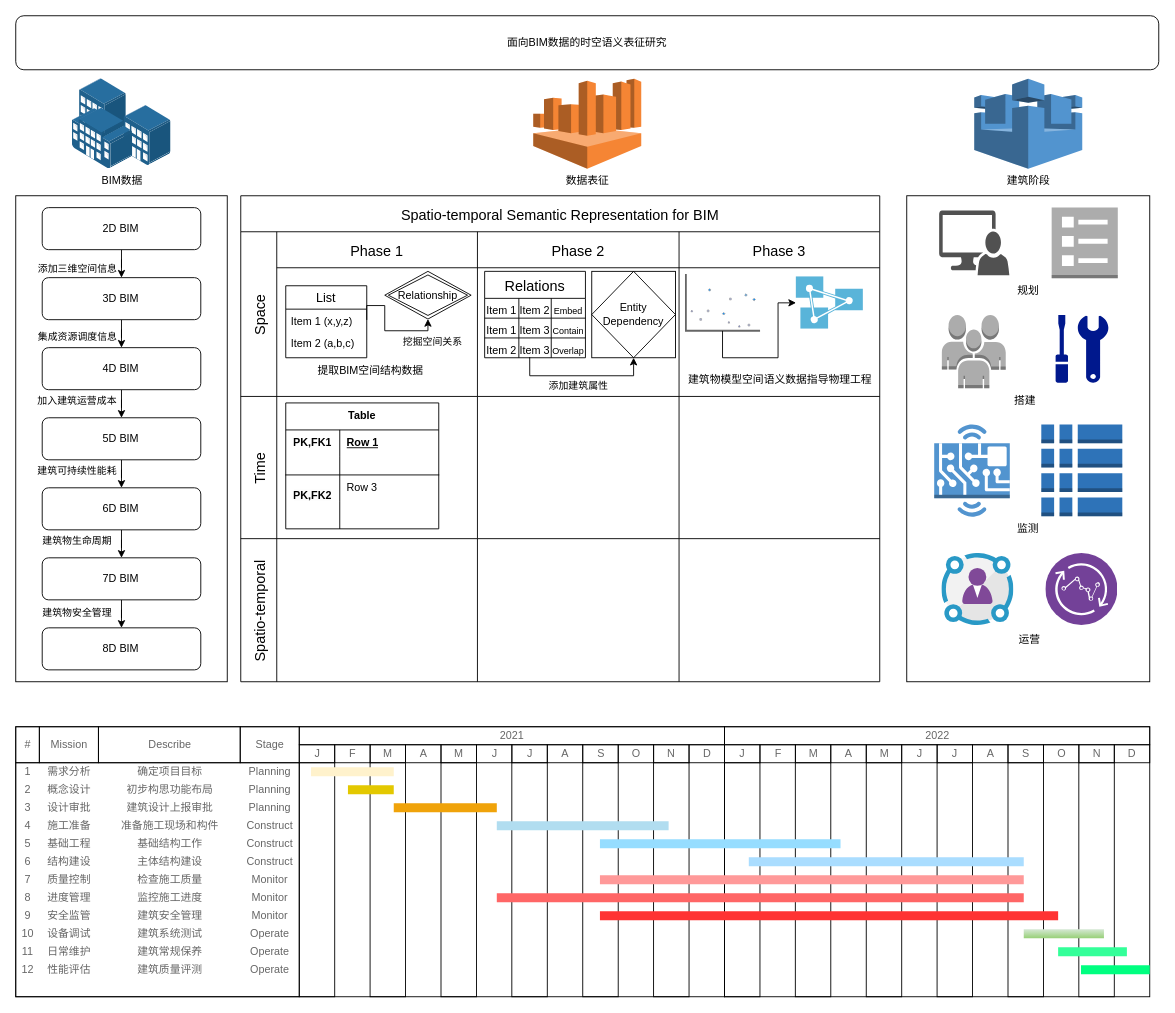
Student-WangZhengTao/LLM keeps this draw.io diagram as 未命名绘图.drawio. Above is the earlier version. Source tidied: cells renumbered, new cells numbered last; positions are measured from the earlier drawing's top-left corner, leaving out a move shared by most shapes. Both pictures are drawn from the tidied source at 90%, with x=0, y=0 at pixel (15, 15).
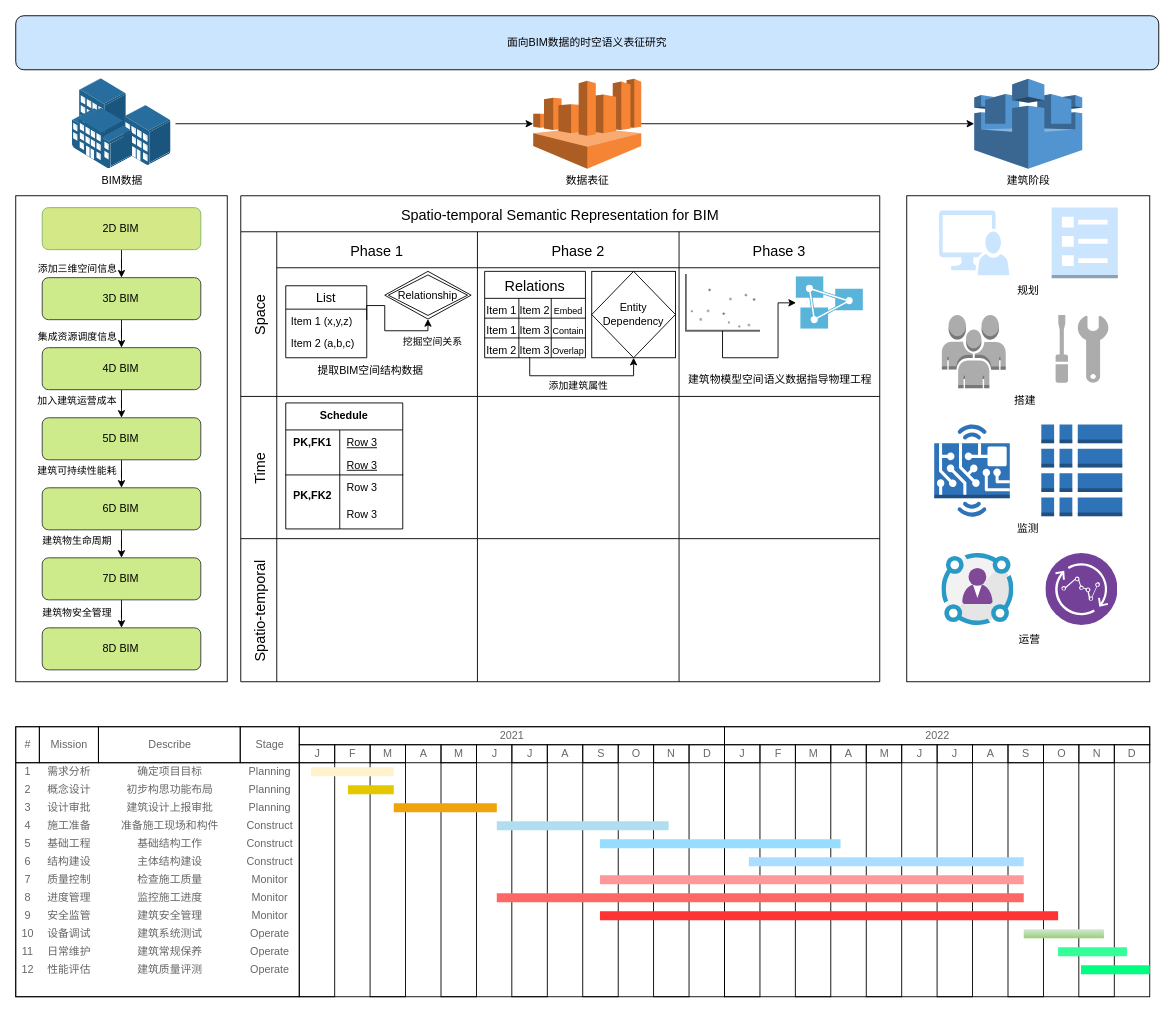
The same page after the edit.

Commit message (it also covers changes not shown here):
更新未命名绘图.drawio

The change refers to these unchanged cells:
```xml
<mxCell id="3" value="BIM数据" style="image;points=[];html=1;align=center;shadow=0;dashed=0;image=img/lib/allied_telesis/buildings/Building_Cluster.svg;" parent="1" vertex="1">
  <mxGeometry x="57.5" y="70" width="120" height="100" as="geometry" />
</mxCell>
<mxCell id="4" value="数据表征" style="outlineConnect=0;dashed=0;verticalLabelPosition=bottom;verticalAlign=top;align=center;html=1;shape=mxgraph.aws3.athena;fillColor=#F58534;gradientColor=none;" parent="1" vertex="1">
  <mxGeometry x="575" y="70" width="120" height="100" as="geometry" />
</mxCell>
<mxCell id="5" value="建筑阶段" style="outlineConnect=0;dashed=0;verticalLabelPosition=bottom;verticalAlign=top;align=center;html=1;shape=mxgraph.aws3.aws_iot;fillColor=#5294CF;gradientColor=none;" parent="1" vertex="1">
  <mxGeometry x="1065" y="70" width="120" height="100" as="geometry" />
</mxCell>
<mxCell id="39" style="swimlane;swimlaneHead=0;swimlaneBody=0;fontStyle=0;strokeColor=inherit;fillColor=none;startSize=0;fontSize=16;" parent="38" vertex="1">
  <mxGeometry x="40" width="223" height="158" as="geometry" />
</mxCell>
<mxCell id="165" style="group;" parent="1" vertex="1">
  <mxGeometry y="200" width="235" height="540" as="geometry" />
</mxCell>
<mxCell id="188" value="规划" style="group;labelPosition=center;verticalLabelPosition=bottom;align=center;verticalAlign=top;" parent="186" vertex="1">
  <mxGeometry x="36" y="13" width="198.5" height="78.7" as="geometry" />
</mxCell>
<mxCell id="191" value="搭建" style="group;labelPosition=center;verticalLabelPosition=bottom;align=center;verticalAlign=top;" parent="186" vertex="1">
  <mxGeometry x="39" y="132.5" width="185.1" height="81.5" as="geometry" />
</mxCell>
<mxCell id="194" value="监测" style="group;labelPosition=center;verticalLabelPosition=bottom;align=center;verticalAlign=top;" parent="186" vertex="1">
  <mxGeometry x="30.5" y="254.2" width="209" height="102.4" as="geometry" />
</mxCell>
```

What changed in the source:
```diff
@@
-    <mxCell id="2" value="面向BIM数据的时空语义表征研究" style="rounded=1;whiteSpace=wrap;html=1;" parent="1" vertex="1">
+    <mxCell id="2" value="面向BIM数据的时空语义表征研究" style="rounded=1;whiteSpace=wrap;html=1;fillColor=#CCE5FF;strokeColor=#000000;" parent="1" vertex="1">
       <mxGeometry width="1270" height="60" as="geometry" />
     </mxCell>
+    <mxCell id="200" style="edgeStyle=orthogonalEdgeStyle;rounded=0;jettySize=auto;html=1;" parent="1" edge="1" source="3" target="4">
+      <mxGeometry relative="1" as="geometry" />
+    </mxCell>
@@
-    <mxCell id="40" value="Table" style="shape=table;startSize=30;childLayout=tableLayout;rowLines=0;fontStyle=1;align=center;html=1;whiteSpace=wrap;" parent="39" vertex="1">
-      <mxGeometry x="10" y="7.2" width="170" height="139.9" as="geometry" />
+    <mxCell id="40" value="Schedule" style="shape=table;startSize=30;childLayout=tableLayout;rowLines=0;fontStyle=1;align=center;html=1;whiteSpace=wrap;" parent="39" vertex="1">
+      <mxGeometry x="10" y="7.2" width="130" height="140" as="geometry" />
     </mxCell>
     <mxCell id="41" style="shape=tableRow;horizontal=0;startSize=0;swimlaneHead=0;swimlaneBody=0;fillColor=none;top=0;left=0;right=0;bottom=0;html=1;" parent="40" vertex="1">
-      <mxGeometry y="30" width="170" height="30" as="geometry" />
+      <mxGeometry y="30" width="130" height="30" as="geometry" />
     </mxCell>
@@
-    <mxCell id="43" value="Row 1" style="shape=partialRectangle;fillColor=none;top=0;left=0;bottom=0;right=0;align=left;spacingLeft=6;fontStyle=5;overflow=hidden;html=1;whiteSpace=wrap;" parent="41" vertex="1">
-      <mxGeometry x="60" width="110" height="30" as="geometry" />
+    <mxCell id="43" value="&lt;span style=&quot;font-weight: 400;&quot;&gt;Row 3&lt;/span&gt;" style="shape=partialRectangle;fillColor=none;top=0;left=0;bottom=0;right=0;align=left;spacingLeft=6;fontStyle=5;overflow=hidden;html=1;whiteSpace=wrap;" parent="41" vertex="1">
+      <mxGeometry x="60" width="70" height="30" as="geometry" />
     </mxCell>
     <mxCell id="44" style="shape=tableRow;horizontal=0;startSize=0;swimlaneHead=0;swimlaneBody=0;fillColor=none;top=0;left=0;right=0;bottom=1;html=1;" parent="40" vertex="1">
-      <mxGeometry y="60" width="170" height="20" as="geometry" />
+      <mxGeometry y="60" width="130" height="20" as="geometry" />
     </mxCell>
@@
-    <mxCell id="46" style="shape=partialRectangle;fillColor=none;top=0;left=0;bottom=0;right=0;align=left;spacingLeft=6;fontStyle=5;overflow=hidden;html=1;whiteSpace=wrap;" parent="44" vertex="1">
-      <mxGeometry x="60" width="110" height="20" as="geometry" />
+    <mxCell id="46" value="&lt;span style=&quot;font-weight: 400;&quot;&gt;Row 3&lt;/span&gt;" style="shape=partialRectangle;fillColor=none;top=0;left=0;bottom=0;right=0;align=left;spacingLeft=6;fontStyle=5;overflow=hidden;html=1;whiteSpace=wrap;" parent="44" vertex="1">
+      <mxGeometry x="60" width="70" height="20" as="geometry" />
     </mxCell>
     <mxCell id="47" style="shape=tableRow;horizontal=0;startSize=0;swimlaneHead=0;swimlaneBody=0;fillColor=none;top=0;left=0;right=0;bottom=0;html=1;" parent="40" vertex="1">
-      <mxGeometry y="80" width="170" height="30" as="geometry" />
+      <mxGeometry y="80" width="130" height="30" as="geometry" />
     </mxCell>
@@
     <mxCell id="49" value="Row 3" style="shape=partialRectangle;fillColor=none;top=0;left=0;bottom=0;right=0;align=left;spacingLeft=6;overflow=hidden;html=1;whiteSpace=wrap;" parent="47" vertex="1">
-      <mxGeometry x="60" width="110" height="30" as="geometry" />
+      <mxGeometry x="60" width="70" height="30" as="geometry" />
     </mxCell>
     <mxCell id="50" style="shape=tableRow;horizontal=0;startSize=0;swimlaneHead=0;swimlaneBody=0;fillColor=none;top=0;left=0;right=0;bottom=0;html=1;" parent="40" vertex="1">
-      <mxGeometry y="110" width="170" height="30" as="geometry" />
+      <mxGeometry y="110" width="130" height="30" as="geometry" />
     </mxCell>
@@
-    <mxCell id="52" style="shape=partialRectangle;fillColor=none;top=0;left=0;bottom=0;right=0;align=left;spacingLeft=6;overflow=hidden;html=1;whiteSpace=wrap;" parent="50" vertex="1">
-      <mxGeometry x="60" width="110" height="30" as="geometry" />
+    <mxCell id="52" value="Row 3" style="shape=partialRectangle;fillColor=none;top=0;left=0;bottom=0;right=0;align=left;spacingLeft=6;overflow=hidden;html=1;whiteSpace=wrap;" parent="50" vertex="1">
+      <mxGeometry x="60" width="70" height="30" as="geometry" />
     </mxCell>
@@
-    <mxCell id="169" value="2D BIM" style="rounded=1;whiteSpace=wrap;html=1;" parent="165" vertex="1">
+    <mxCell id="169" value="2D BIM" style="rounded=1;whiteSpace=wrap;html=1;fillColor=#d5e887;gradientColor=none;strokeColor=#82b366;" parent="165" vertex="1">
       <mxGeometry x="29.4" y="13.2" width="176.2" height="46.7" as="geometry" />
     </mxCell>
@@
-    <mxCell id="172" value="3D BIM" style="rounded=1;whiteSpace=wrap;html=1;" parent="165" vertex="1">
+    <mxCell id="172" value="3D BIM" style="rounded=1;whiteSpace=wrap;html=1;fillColor=#cdeb8b;strokeColor=#36393d;" parent="165" vertex="1">
       <mxGeometry x="29.4" y="91" width="176.2" height="46.7" as="geometry" />
     </mxCell>
@@
-    <mxCell id="175" value="4D BIM" style="rounded=1;whiteSpace=wrap;html=1;" parent="165" vertex="1">
+    <mxCell id="175" value="4D BIM" style="rounded=1;whiteSpace=wrap;html=1;fillColor=#cdeb8b;strokeColor=#36393d;" parent="165" vertex="1">
       <mxGeometry x="29.4" y="168.8" width="176.2" height="46.7" as="geometry" />
     </mxCell>
@@
-    <mxCell id="178" value="5D BIM" style="rounded=1;whiteSpace=wrap;html=1;" parent="165" vertex="1">
+    <mxCell id="178" value="5D BIM" style="rounded=1;whiteSpace=wrap;html=1;fillColor=#cdeb8b;strokeColor=#36393d;" parent="165" vertex="1">
       <mxGeometry x="29.4" y="246.7" width="176.2" height="46.7" as="geometry" />
     </mxCell>
@@
-    <mxCell id="181" value="6D BIM" style="rounded=1;whiteSpace=wrap;html=1;" parent="165" vertex="1">
+    <mxCell id="181" value="6D BIM" style="rounded=1;whiteSpace=wrap;html=1;fillColor=#cdeb8b;strokeColor=#36393d;" parent="165" vertex="1">
       <mxGeometry x="29.4" y="324.5" width="176.2" height="46.7" as="geometry" />
     </mxCell>
@@
-    <mxCell id="184" value="7D BIM" style="rounded=1;whiteSpace=wrap;html=1;" parent="165" vertex="1">
+    <mxCell id="184" value="7D BIM" style="rounded=1;whiteSpace=wrap;html=1;fillColor=#cdeb8b;strokeColor=#36393d;" parent="165" vertex="1">
       <mxGeometry x="29.4" y="402.3" width="176.2" height="46.7" as="geometry" />
     </mxCell>
-    <mxCell id="185" value="8D BIM" style="rounded=1;whiteSpace=wrap;html=1;" parent="165" vertex="1">
+    <mxCell id="185" value="8D BIM" style="rounded=1;whiteSpace=wrap;html=1;fillColor=#cdeb8b;strokeColor=#36393d;" parent="165" vertex="1">
       <mxGeometry x="29.4" y="480.1" width="176.2" height="46.7" as="geometry" />
     </mxCell>
@@
-    <mxCell id="189" style="dashed=0;verticalLabelPosition=bottom;verticalAlign=top;align=center;html=1;shape=mxgraph.aws3.requester;fillColor=#ACACAC;gradientColor=none;" parent="188" vertex="1">
+    <mxCell id="189" style="dashed=0;verticalLabelPosition=bottom;verticalAlign=top;align=center;html=1;shape=mxgraph.aws3.requester;fillColor=#cce5ff;strokeColor=#36393d;" parent="188" vertex="1">
       <mxGeometry x="125" width="73.5" height="78.7" as="geometry" />
     </mxCell>
-    <mxCell id="190" style="sketch=0;shadow=0;dashed=0;html=1;strokeColor=none;labelPosition=center;verticalLabelPosition=bottom;verticalAlign=top;align=center;fillColor=#515151;shape=mxgraph.mscae.system_center.admin_console;" parent="188" vertex="1">
+    <mxCell id="190" style="sketch=0;shadow=0;dashed=0;html=1;strokeColor=none;labelPosition=center;verticalLabelPosition=bottom;verticalAlign=top;align=center;fillColor=#cce5ff;shape=mxgraph.mscae.system_center.admin_console;" parent="188" vertex="1">
       <mxGeometry y="3.4" width="78" height="72" as="geometry" />
     </mxCell>
@@
-    <mxCell id="193" style="sketch=0;shadow=0;dashed=0;html=1;strokeColor=none;labelPosition=center;verticalLabelPosition=bottom;verticalAlign=top;align=center;fillColor=#00188D;shape=mxgraph.mscae.enterprise.maintenance;" parent="191" vertex="1">
+    <mxCell id="193" style="sketch=0;shadow=0;dashed=0;html=1;strokeColor=none;labelPosition=center;verticalLabelPosition=bottom;verticalAlign=top;align=center;fillColor=#acacac;shape=mxgraph.mscae.enterprise.maintenance;" parent="191" vertex="1">
       <mxGeometry x="126.4" width="58.6" height="75.2" as="geometry" />
     </mxCell>
@@
-    <mxCell id="196" style="dashed=0;verticalLabelPosition=bottom;verticalAlign=top;align=center;html=1;shape=mxgraph.aws3.hardware_board;fillColor=#5294CF;gradientColor=none;" parent="194" vertex="1">
+    <mxCell id="196" style="dashed=0;verticalLabelPosition=bottom;verticalAlign=top;align=center;html=1;shape=mxgraph.aws3.hardware_board;fillColor=#2e73b8;gradientColor=none;" parent="194" vertex="1">
       <mxGeometry width="84" height="102.4" as="geometry" />
     </mxCell>
@@
+    <mxCell id="201" style="edgeStyle=orthogonalEdgeStyle;rounded=0;jettySize=auto;html=1;entryX=0;entryY=0.5;entryDx=0;entryDy=0;entryPerimeter=0;" parent="1" edge="1" source="4" target="5">
+      <mxGeometry relative="1" as="geometry" />
+    </mxCell>
```
